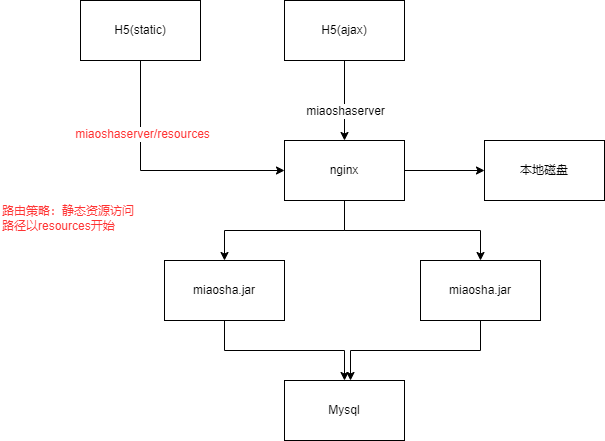
Above: miaosha/miaoshadeploy.drawio.png in wsxzei/markdown-photos (draw.io), before the change. Source tidied: cells renumbered, new cells last; positions are measured from the earlier drawing's top-left corner, leaving out a move shared by most shapes.
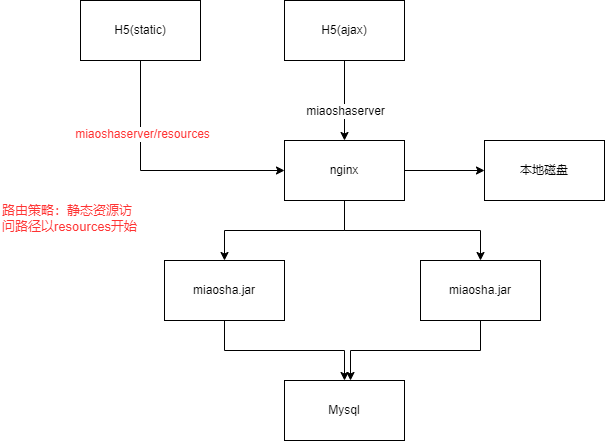
Later version of the same file.

Diff of the diagram source:
```diff
@@ -52,7 +52,7 @@
     <mxCell id="17" value="本地磁盘" style="whiteSpace=wrap;html=1;rounded=0;" parent="1" vertex="1">
       <mxGeometry x="484" y="140" width="120" height="60" as="geometry" />
     </mxCell>
-    <mxCell id="18" value="路由策略：静态资源访问路径以resources开始" style="text;html=1;strokeColor=none;fillColor=none;align=left;verticalAlign=middle;whiteSpace=wrap;rounded=0;fontColor=#FF3333;" parent="1" vertex="1">
+    <mxCell id="18" value="路由策略：静态资源访问路径以resources开始" style="text;html=1;strokeColor=none;fillColor=none;align=left;verticalAlign=middle;whiteSpace=wrap;rounded=0;fontColor=#FF3333;fontSize=13;" parent="1" vertex="1">
       <mxGeometry y="190" width="140" height="55" as="geometry" />
     </mxCell>
   </root>
```
